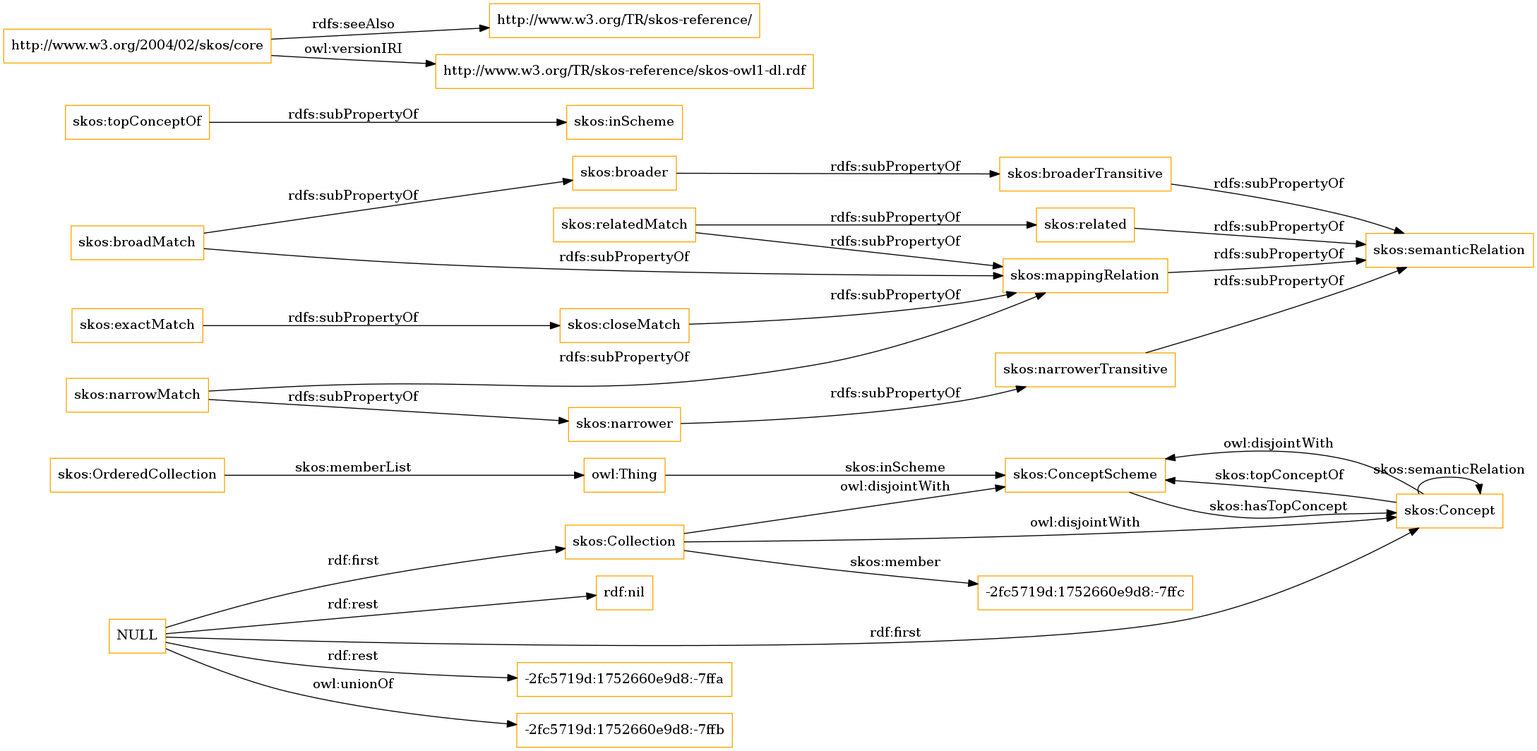
Above: OnToology/imports/skos.owl/diagrams/ar2dtool-class/skos.owl.png in OnToologyUser/core-ontology-1 (Graphviz), before the change. Its source is kept beside it as OnToology/imports/skos.owl/diagrams/ar2dtool-class/skos.owl.png.dot.
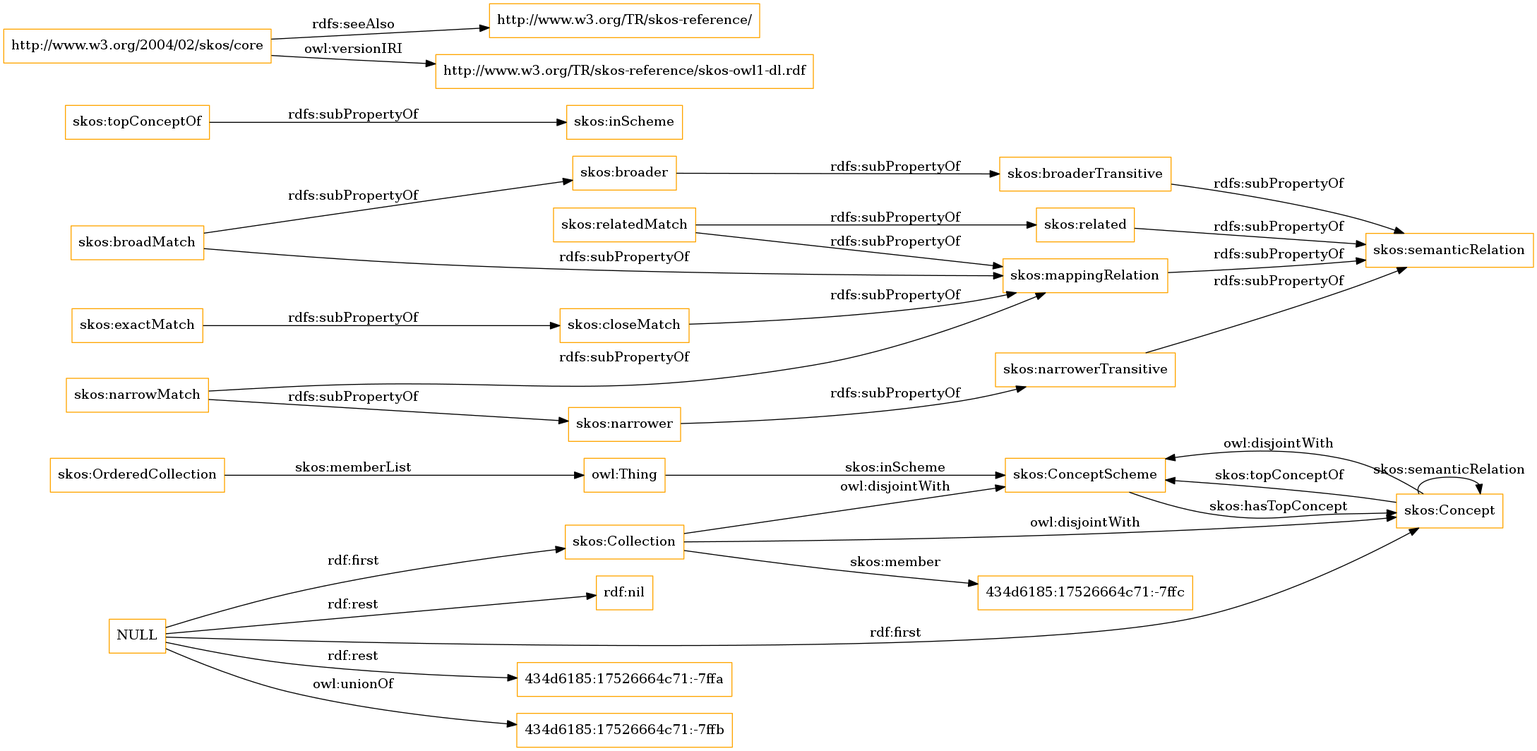
Later version of the same file.

The edit, as a diff of the source:
```diff
@@ -1,11 +1,11 @@
 digraph ar2dtool_diagram {
 rankdir=LR;
 size="1501"
-node [shape = rectangle, color="orange"]; "skos:OrderedCollection" "skos:ConceptScheme" "skos:Concept" "skos:Collection" "-2fc5719d:1752660e9d8:-7ffc" ; /*classes style*/
+node [shape = rectangle, color="orange"]; "skos:OrderedCollection" "skos:ConceptScheme" "skos:Concept" "skos:Collection" "434d6185:17526664c71:-7ffc" ; /*classes style*/
 	"skos:narrowerTransitive" -> "skos:semanticRelation" [ label = "rdfs:subPropertyOf" ];
-	"NULL" -> "-2fc5719d:1752660e9d8:-7ffa" [ label = "rdf:rest" ];
+	"NULL" -> "434d6185:17526664c71:-7ffa" [ label = "rdf:rest" ];
 	"NULL" -> "skos:Collection" [ label = "rdf:first" ];
-	"NULL" -> "-2fc5719d:1752660e9d8:-7ffb" [ label = "owl:unionOf" ];
+	"NULL" -> "434d6185:17526664c71:-7ffb" [ label = "owl:unionOf" ];
 	"NULL" -> "rdf:nil" [ label = "rdf:rest" ];
 	"NULL" -> "skos:Concept" [ label = "rdf:first" ];
 	"skos:closeMatch" -> "skos:mappingRelation" [ label = "rdfs:subPropertyOf" ];
@@ -30,7 +30,7 @@
 	"skos:OrderedCollection" -> "owl:Thing" [ label = "skos:memberList" ];
 	"skos:Concept" -> "skos:ConceptScheme" [ label = "skos:topConceptOf" ];
 	"skos:Concept" -> "skos:Concept" [ label = "skos:semanticRelation" ];
-	"skos:Collection" -> "-2fc5719d:1752660e9d8:-7ffc" [ label = "skos:member" ];
+	"skos:Collection" -> "434d6185:17526664c71:-7ffc" [ label = "skos:member" ];
 	"skos:ConceptScheme" -> "skos:Concept" [ label = "skos:hasTopConcept" ];
 	"owl:Thing" -> "skos:ConceptScheme" [ label = "skos:inScheme" ];
 
```
